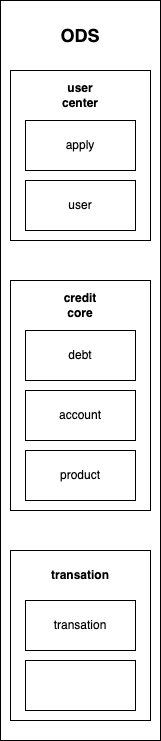
Above: Untitled Diagram.drawio.png in a490888602/draw (draw.io), before the change. Source tidied: cells renumbered, new cells last; positions are measured from the earlier drawing's top-left corner, leaving out a move shared by most shapes.
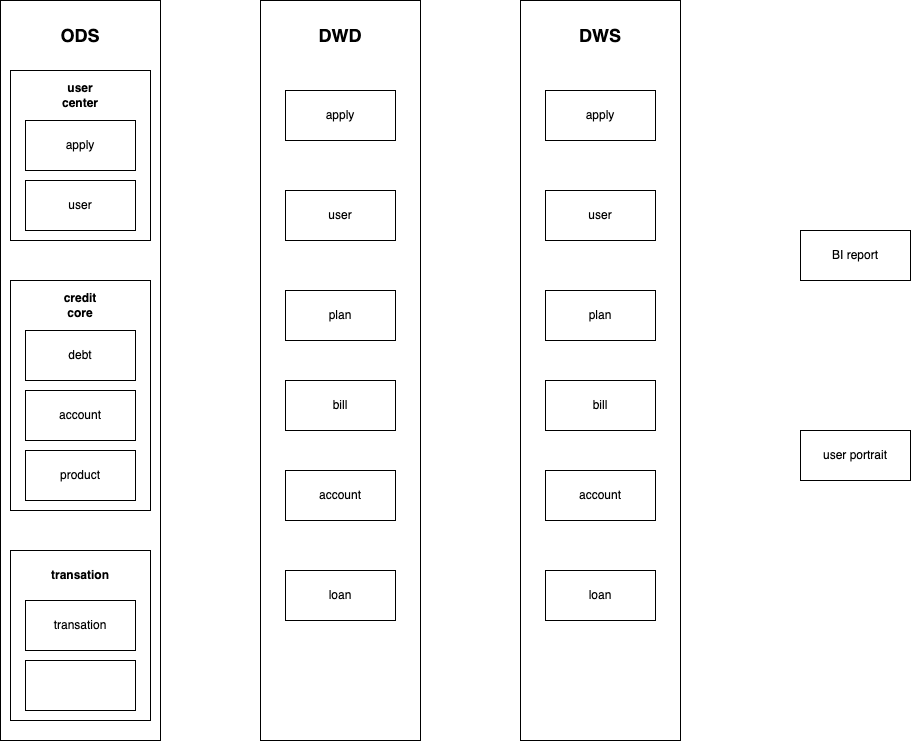
Above is the later version.

Change to the diagram source:
```diff
@@ -47,5 +47,59 @@
     <mxCell id="16" value="&lt;b&gt;transation&lt;/b&gt;" style="text;html=1;strokeColor=none;fillColor=none;align=center;verticalAlign=middle;whiteSpace=wrap;rounded=0;" parent="1" vertex="1">
       <mxGeometry x="50" y="560" width="60" height="30" as="geometry" />
     </mxCell>
+    <mxCell id="17" style="rounded=0;whiteSpace=wrap;html=1;" parent="1" vertex="1">
+      <mxGeometry x="260" width="160" height="740" as="geometry" />
+    </mxCell>
+    <mxCell id="18" value="&lt;b&gt;&lt;font style=&quot;font-size: 18px;&quot;&gt;DWD&lt;/font&gt;&lt;/b&gt;" style="text;html=1;strokeColor=none;fillColor=none;align=center;verticalAlign=middle;whiteSpace=wrap;rounded=0;" parent="1" vertex="1">
+      <mxGeometry x="310" y="20" width="60" height="30" as="geometry" />
+    </mxCell>
+    <mxCell id="19" value="apply" style="rounded=0;whiteSpace=wrap;html=1;" parent="1" vertex="1">
+      <mxGeometry x="285" y="90" width="110" height="50" as="geometry" />
+    </mxCell>
+    <mxCell id="20" value="user" style="rounded=0;whiteSpace=wrap;html=1;" parent="1" vertex="1">
+      <mxGeometry x="285" y="190" width="110" height="50" as="geometry" />
+    </mxCell>
+    <mxCell id="21" value="plan" style="rounded=0;whiteSpace=wrap;html=1;" parent="1" vertex="1">
+      <mxGeometry x="285" y="290" width="110" height="50" as="geometry" />
+    </mxCell>
+    <mxCell id="22" value="bill" style="rounded=0;whiteSpace=wrap;html=1;" parent="1" vertex="1">
+      <mxGeometry x="285" y="380" width="110" height="50" as="geometry" />
+    </mxCell>
+    <mxCell id="23" value="account" style="rounded=0;whiteSpace=wrap;html=1;" parent="1" vertex="1">
+      <mxGeometry x="285" y="470" width="110" height="50" as="geometry" />
+    </mxCell>
+    <mxCell id="24" value="loan" style="rounded=0;whiteSpace=wrap;html=1;" parent="1" vertex="1">
+      <mxGeometry x="285" y="570" width="110" height="50" as="geometry" />
+    </mxCell>
+    <mxCell id="25" value="BI report" style="rounded=0;whiteSpace=wrap;html=1;" parent="1" vertex="1">
+      <mxGeometry x="800" y="230" width="110" height="50" as="geometry" />
+    </mxCell>
+    <mxCell id="26" value="user portrait" style="rounded=0;whiteSpace=wrap;html=1;" parent="1" vertex="1">
+      <mxGeometry x="800" y="430" width="110" height="50" as="geometry" />
+    </mxCell>
+    <mxCell id="27" style="rounded=0;whiteSpace=wrap;html=1;" parent="1" vertex="1">
+      <mxGeometry x="520" width="160" height="740" as="geometry" />
+    </mxCell>
+    <mxCell id="28" value="&lt;b&gt;&lt;font style=&quot;font-size: 18px;&quot;&gt;DWS&lt;/font&gt;&lt;/b&gt;" style="text;html=1;strokeColor=none;fillColor=none;align=center;verticalAlign=middle;whiteSpace=wrap;rounded=0;" parent="1" vertex="1">
+      <mxGeometry x="570" y="20" width="60" height="30" as="geometry" />
+    </mxCell>
+    <mxCell id="29" value="apply" style="rounded=0;whiteSpace=wrap;html=1;" parent="1" vertex="1">
+      <mxGeometry x="545" y="90" width="110" height="50" as="geometry" />
+    </mxCell>
+    <mxCell id="30" value="user" style="rounded=0;whiteSpace=wrap;html=1;" parent="1" vertex="1">
+      <mxGeometry x="545" y="190" width="110" height="50" as="geometry" />
+    </mxCell>
+    <mxCell id="31" value="plan" style="rounded=0;whiteSpace=wrap;html=1;" parent="1" vertex="1">
+      <mxGeometry x="545" y="290" width="110" height="50" as="geometry" />
+    </mxCell>
+    <mxCell id="32" value="bill" style="rounded=0;whiteSpace=wrap;html=1;" parent="1" vertex="1">
+      <mxGeometry x="545" y="380" width="110" height="50" as="geometry" />
+    </mxCell>
+    <mxCell id="33" value="account" style="rounded=0;whiteSpace=wrap;html=1;" parent="1" vertex="1">
+      <mxGeometry x="545" y="470" width="110" height="50" as="geometry" />
+    </mxCell>
+    <mxCell id="34" value="loan" style="rounded=0;whiteSpace=wrap;html=1;" parent="1" vertex="1">
+      <mxGeometry x="545" y="570" width="110" height="50" as="geometry" />
+    </mxCell>
   </root>
 </mxGraphModel>
```
